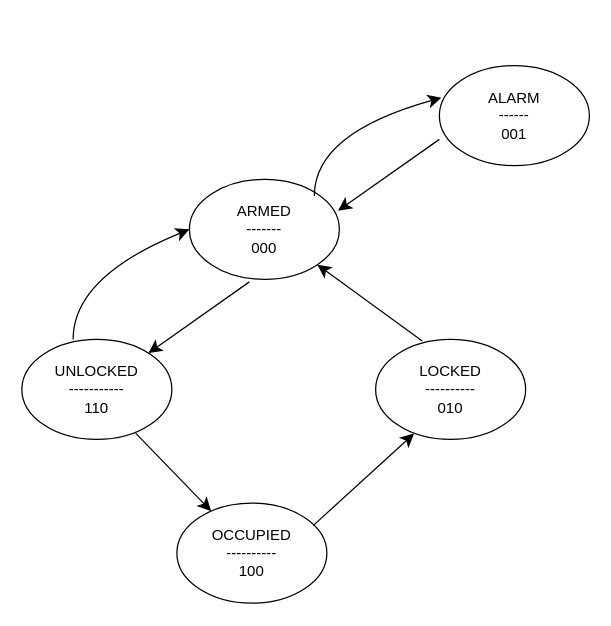
AthyoP30/PCB keeps this draw.io diagram as fsm_statediagram.drawio. Above is the earlier version. Source tidied: cells renumbered, new cells numbered last; positions are measured from the earlier drawing's top-left corner, leaving out a move shared by most shapes. Both pictures are drawn from the tidied source at 125%, with x=0, y=0 at pixel (21, 65).
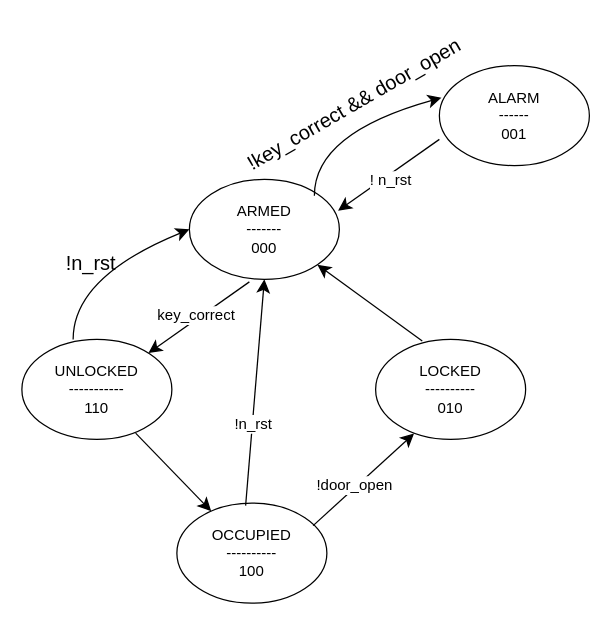
The same page after the edit.

Unchanged cells that the change refers to:
```xml
<mxCell id="2" value="ARMED&lt;br&gt;-------&lt;div&gt;000&lt;/div&gt;" style="ellipse;whiteSpace=wrap;html=1;" parent="1" vertex="1">
  <mxGeometry x="134" y="91" width="120" height="80" as="geometry" />
</mxCell>
<mxCell id="9" style="endArrow=classic;html=1;rounded=0;fontSize=12;startSize=8;endSize=8;curved=1;" parent="1" edge="1" target="3">
  <mxGeometry relative="1" as="geometry">
    <mxPoint x="182" y="173" as="sourcePoint" />
  </mxGeometry>
</mxCell>
<mxCell id="10" style="endArrow=classic;html=1;rounded=0;fontSize=12;startSize=8;endSize=8;curved=1;entryX=0.256;entryY=0.942;entryDx=0;entryDy=0;entryPerimeter=0;" parent="1" edge="1" target="5">
  <mxGeometry relative="1" as="geometry">
    <mxPoint x="233" y="368" as="sourcePoint" />
  </mxGeometry>
</mxCell>
<mxCell id="12" style="endArrow=classic;html=1;rounded=0;fontSize=12;startSize=8;endSize=8;curved=1;" parent="1" edge="1">
  <mxGeometry relative="1" as="geometry">
    <mxPoint x="334" y="59" as="sourcePoint" />
    <mxPoint x="253" y="116" as="targetPoint" />
  </mxGeometry>
</mxCell>
```

The edit, as a diff of the source:
```diff
@@
+    <mxCell id="14" value="key_correct&amp;nbsp;" style="edgeLabel;html=1;align=center;verticalAlign=middle;fontSize=12;" parent="9" vertex="1">
+      <mxGeometry x="-0.01" y="-2" relative="1" as="geometry" />
+    </mxCell>
@@
+    <mxCell id="15" value="!door_open" style="edgeLabel;html=1;align=center;verticalAlign=middle;fontSize=12;" parent="10" vertex="1">
+      <mxGeometry x="-0.15" y="2" relative="1" as="geometry" />
+    </mxCell>
@@
+    <mxCell id="16" value="! n_rst" style="edgeLabel;html=1;align=center;verticalAlign=middle;fontSize=12;" parent="12" vertex="1">
+      <mxGeometry x="0.03" y="4" relative="1" as="geometry" />
+    </mxCell>
@@
+    <mxCell id="17" value="!key_correct &amp;amp;&amp;amp; door_open" style="text;html=1;align=center;verticalAlign=middle;strokeColor=none;fillColor=none;fontSize=16;rotation=-30;" parent="1" vertex="1">
+      <mxGeometry x="159" y="15" width="212" height="31" as="geometry" />
+    </mxCell>
+    <mxCell id="18" value="!n_rst" style="text;html=1;align=center;verticalAlign=middle;strokeColor=none;fillColor=none;fontSize=16;" parent="1" vertex="1">
+      <mxGeometry x="25.5" y="142.5" width="58" height="31" as="geometry" />
+    </mxCell>
+    <mxCell id="19" style="endArrow=classic;html=1;rounded=0;fontSize=12;startSize=8;endSize=8;curved=1;entryX=0.5;entryY=1;entryDx=0;entryDy=0;" parent="1" edge="1" target="2">
+      <mxGeometry relative="1" as="geometry">
+        <mxPoint x="179" y="352" as="sourcePoint" />
+      </mxGeometry>
+    </mxCell>
+    <mxCell id="20" value="!n_rst" style="edgeLabel;html=1;align=center;verticalAlign=middle;fontSize=12;" parent="19" vertex="1">
+      <mxGeometry x="-0.27" relative="1" as="geometry" />
+    </mxCell>
```
